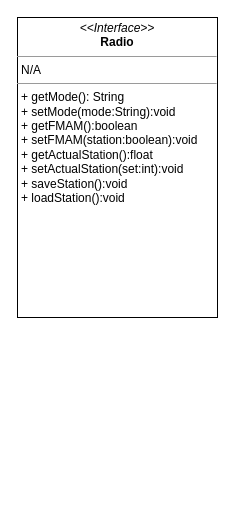
This is Others/Lab4UMLPOO.drawio from DiggsPapu/Lab4POO, a draw.io file, before an edit. Source tidied: cells renumbered, new cells numbered last; positions are measured from the earlier drawing's top-left corner, leaving out a move shared by most shapes. Both pictures are drawn from the tidied source at 100%, with x=0, y=0 at pixel (17, 17).
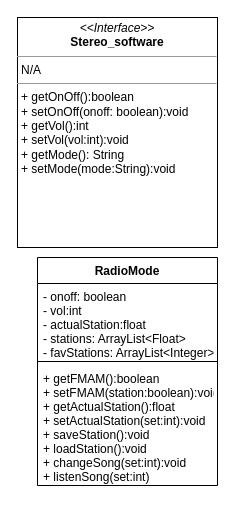
The same page after the edit.

The edit, as a diff of the source:
```diff
@@
 <mxGraphModel>
   <root>
     <mxCell id="0" />
     <mxCell id="1" parent="0" />
-    <mxCell id="2" value="&lt;p style=&quot;margin:0px;margin-top:4px;text-align:center;&quot;&gt;&lt;i&gt;&amp;lt;&amp;lt;Interface&amp;gt;&amp;gt;&lt;/i&gt;&lt;br&gt;&lt;b&gt;Radio&lt;/b&gt;&lt;/p&gt;&lt;hr size=&quot;1&quot;&gt;&lt;p style=&quot;margin:0px;margin-left:4px;&quot;&gt;N/A&lt;/p&gt;&lt;hr size=&quot;1&quot;&gt;&lt;p style=&quot;margin:0px;margin-left:4px;&quot;&gt;+ getMode(): String&lt;/p&gt;&lt;p style=&quot;margin:0px;margin-left:4px;&quot;&gt;+ setMode(mode:String):void&lt;/p&gt;&lt;p style=&quot;margin:0px;margin-left:4px;&quot;&gt;+ getFMAM():boolean&lt;/p&gt;&lt;p style=&quot;margin:0px;margin-left:4px;&quot;&gt;+ setFMAM(station:boolean):void&lt;/p&gt;&lt;p style=&quot;margin:0px;margin-left:4px;&quot;&gt;+ getActualStation():float&lt;/p&gt;&lt;p style=&quot;margin:0px;margin-left:4px;&quot;&gt;+ setActualStation(set:int):void&lt;/p&gt;&lt;p style=&quot;margin:0px;margin-left:4px;&quot;&gt;+ saveStation():void&lt;/p&gt;&lt;p style=&quot;margin:0px;margin-left:4px;&quot;&gt;+ loadStation():void&lt;/p&gt;&lt;p style=&quot;margin:0px;margin-left:4px;&quot;&gt;&lt;br&gt;&lt;/p&gt;" style="verticalAlign=top;align=left;overflow=fill;fontSize=12;fontFamily=Helvetica;html=1;" parent="1" vertex="1">
-      <mxGeometry width="200" height="300" as="geometry" />
+    <mxCell id="2" value="&lt;p style=&quot;margin:0px;margin-top:4px;text-align:center;&quot;&gt;&lt;i&gt;&amp;lt;&amp;lt;Interface&amp;gt;&amp;gt;&lt;/i&gt;&lt;br&gt;&lt;b&gt;Stereo_software&lt;/b&gt;&lt;/p&gt;&lt;hr size=&quot;1&quot;&gt;&lt;p style=&quot;margin:0px;margin-left:4px;&quot;&gt;N/A&lt;/p&gt;&lt;hr size=&quot;1&quot;&gt;&lt;p style=&quot;margin:0px;margin-left:4px;&quot;&gt;+ getOnOff():boolean&lt;/p&gt;&lt;p style=&quot;margin:0px;margin-left:4px;&quot;&gt;+ setOnOff(onoff: boolean):void&lt;/p&gt;&lt;p style=&quot;margin:0px;margin-left:4px;&quot;&gt;+ getVol():int&lt;/p&gt;&lt;p style=&quot;margin:0px;margin-left:4px;&quot;&gt;+ setVol(vol:int):void&lt;/p&gt;&lt;p style=&quot;margin:0px;margin-left:4px;&quot;&gt;+ getMode(): String&lt;br style=&quot;padding: 0px; margin: 0px;&quot;&gt;+ setMode(mode:String):void&lt;br&gt;&lt;/p&gt;" style="verticalAlign=top;align=left;overflow=fill;fontSize=12;fontFamily=Helvetica;html=1;" parent="1" vertex="1">
+      <mxGeometry width="200" height="230" as="geometry" />
     </mxCell>
+    <mxCell id="3" value="RadioMode" style="swimlane;fontStyle=1;align=center;verticalAlign=top;horizontal=1;startSize=26;" parent="1" vertex="1">
+      <mxGeometry x="20" y="240" width="180" height="228" as="geometry" />
+    </mxCell>
+    <mxCell id="4" value="- onoff: boolean&#10;- vol:int&#10;- actualStation:float&#10;- stations: ArrayList&lt;Float&gt;&#10;- favStations: ArrayList&lt;Integer&gt;" style="text;strokeColor=none;fillColor=none;align=left;verticalAlign=top;spacingLeft=4;spacingRight=4;overflow=hidden;" parent="3" vertex="1">
+      <mxGeometry y="26" width="180" height="74" as="geometry" />
+    </mxCell>
+    <mxCell id="5" style="line;strokeWidth=1;fillColor=none;align=left;verticalAlign=middle;spacingTop=-1;spacingLeft=3;spacingRight=3;labelPosition=right;strokeColor=inherit;" parent="3" vertex="1">
+      <mxGeometry y="100" width="180" height="8" as="geometry" />
+    </mxCell>
+    <mxCell id="6" value="+ getFMAM():boolean&#10;+ setFMAM(station:boolean):void&#10;+ getActualStation():float&#10;+ setActualStation(set:int):void&#10;+ saveStation():void&#10;+ loadStation():void&#10;+ changeSong(set:int):void&#10;+ listenSong(set:int)" style="text;strokeColor=none;fillColor=none;align=left;verticalAlign=top;spacingLeft=4;spacingRight=4;overflow=hidden;" parent="3" vertex="1">
+      <mxGeometry y="108" width="180" height="120" as="geometry" />
+    </mxCell>
   </root>
 </mxGraphModel>
```
